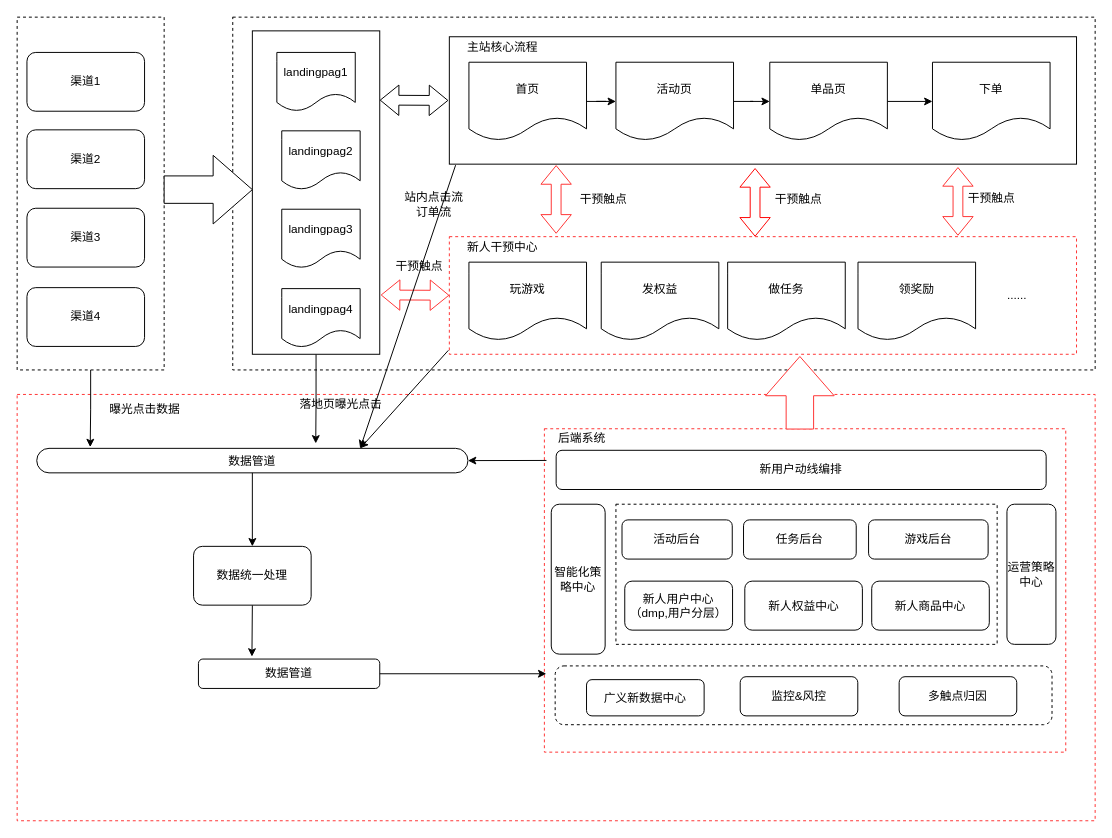
Earlier version of the draw.io diagram Untitled Diagram.drawio (lishanlin/doc). Source tidied: cells renumbered, new cells numbered last; positions are measured from the earlier drawing's top-left corner, leaving out a move shared by most shapes. Both pictures are drawn from the tidied source at 98%, with x=0, y=0 at pixel (17, 17).
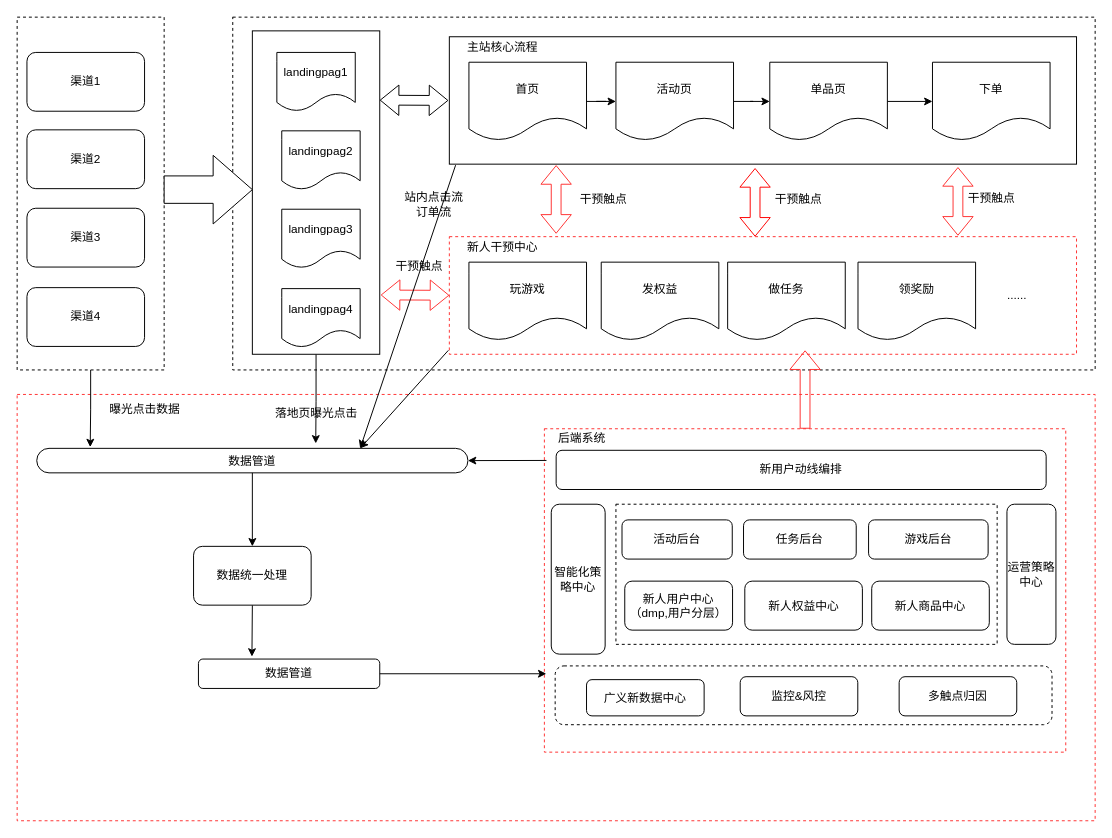
The same page after the edit.

Unchanged cells that the change refers to:
```xml
<mxCell id="49" style="rounded=0;whiteSpace=wrap;html=1;dashed=1;strokeColor=#FF3333;" parent="1" vertex="1">
  <mxGeometry x="538" y="420" width="532" height="330" as="geometry" />
</mxCell>
```

What changed in the source:
```diff
@@
     <mxCell id="42" value="落地页曝光点击" style="text;html=1;align=center;verticalAlign=middle;strokeColor=none;fillColor=none;" parent="1" vertex="1">
-      <mxGeometry x="275" y="380" width="110" height="30" as="geometry" />
+      <mxGeometry x="250" y="390" width="110" height="30" as="geometry" />
     </mxCell>
@@
-    <mxCell id="67" style="html=1;shadow=0;dashed=0;align=center;verticalAlign=middle;shape=mxgraph.arrows2.arrow;dy=0.6;dx=40;flipH=1;notch=0;rotation=90;strokeColor=#FF3333;" parent="1" vertex="1">
-      <mxGeometry x="761.7" y="348.3" width="74" height="70" as="geometry" />
-    </mxCell>
@@
+    <mxCell id="71" style="shape=flexArrow;endArrow=classic;html=1;rounded=0;strokeColor=#FF3333;exitX=0.5;exitY=0;exitDx=0;exitDy=0;" parent="1" edge="1" source="49">
+      <mxGeometry relative="1" as="geometry">
+        <mxPoint x="804" y="340" as="targetPoint" />
+      </mxGeometry>
+    </mxCell>
```
